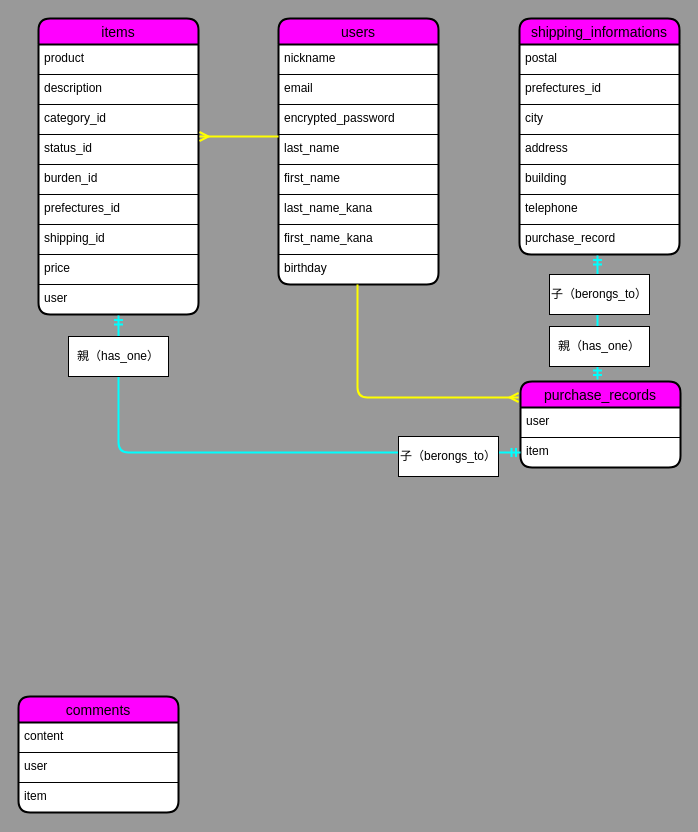
Earlier version of the draw.io diagram table.dio (ko-dai0404/furima-37742). Source tidied: cells renumbered, new cells numbered last; positions are measured from the earlier drawing's top-left corner, leaving out a move shared by most shapes. Both pictures are drawn from the tidied source at 100%, with x=0, y=0 at pixel (18, 18).
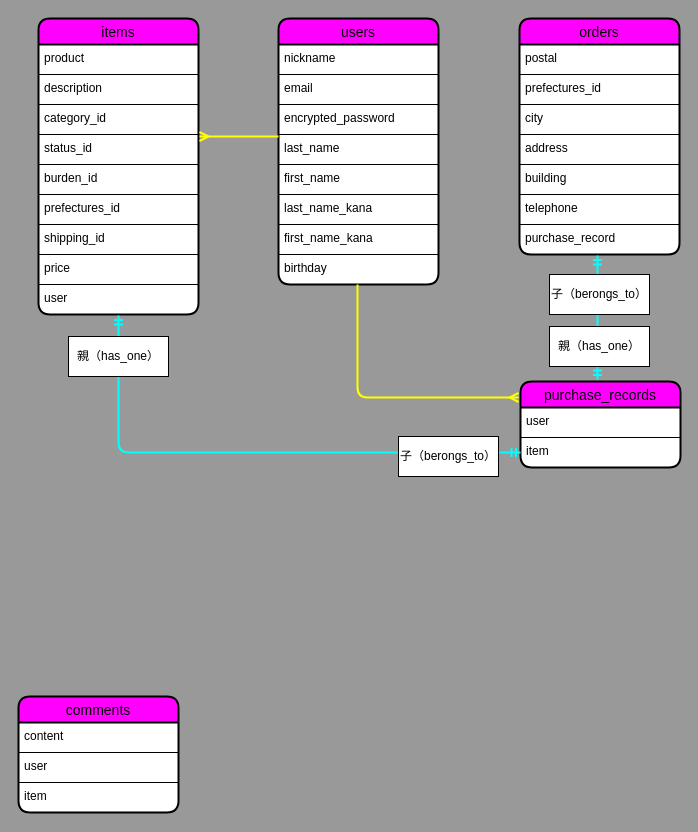
The same page after the edit.

Diff of the diagram source:
```diff
@@
-    <mxCell id="28" value="shipping_informations" style="swimlane;fontStyle=0;horizontal=1;startSize=26;align=center;fontSize=14;swimlaneFillColor=default;rounded=1;shadow=0;glass=0;sketch=0;strokeWidth=2;perimeterSpacing=0;fillColor=#FF00FF;strokeColor=#000000;" parent="1" vertex="1">
+    <mxCell id="28" value="orders" style="swimlane;fontStyle=0;horizontal=1;startSize=26;align=center;fontSize=14;swimlaneFillColor=default;rounded=1;shadow=0;glass=0;sketch=0;strokeWidth=2;perimeterSpacing=0;fillColor=#FF00FF;strokeColor=#000000;" parent="1" vertex="1">
       <mxGeometry x="501" width="160" height="236" as="geometry" />
     </mxCell>
```
